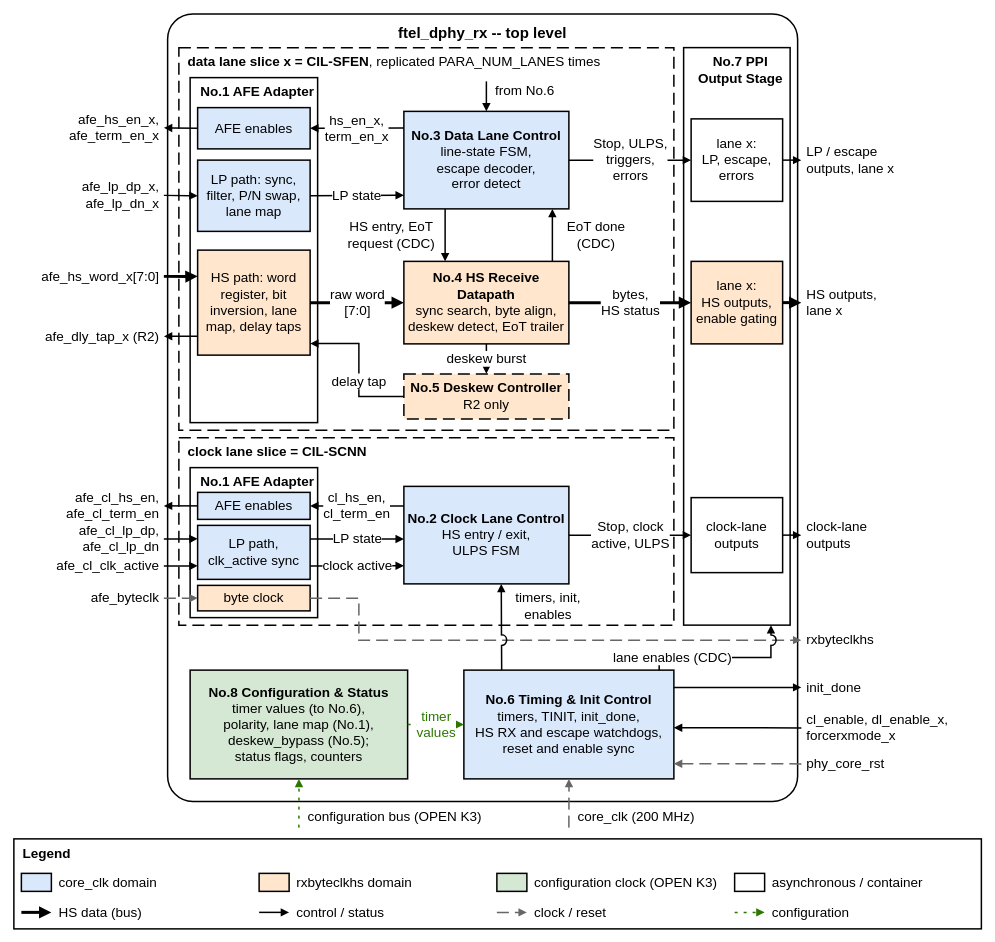
Earlier version of the draw.io diagram 22fdx/rx/digital/hw/rtl/ip/ftel_dphy_rx/doc/figures/ftel_dphy_rx_top.drawio (ftel-cdc/fu3_dphy). Source tidied: cells renumbered, new cells numbered last; positions are measured from the earlier drawing's top-left corner, leaving out a move shared by most shapes. Both pictures are drawn from the tidied source at 75%, with x=0, y=0 at pixel (14, 14).
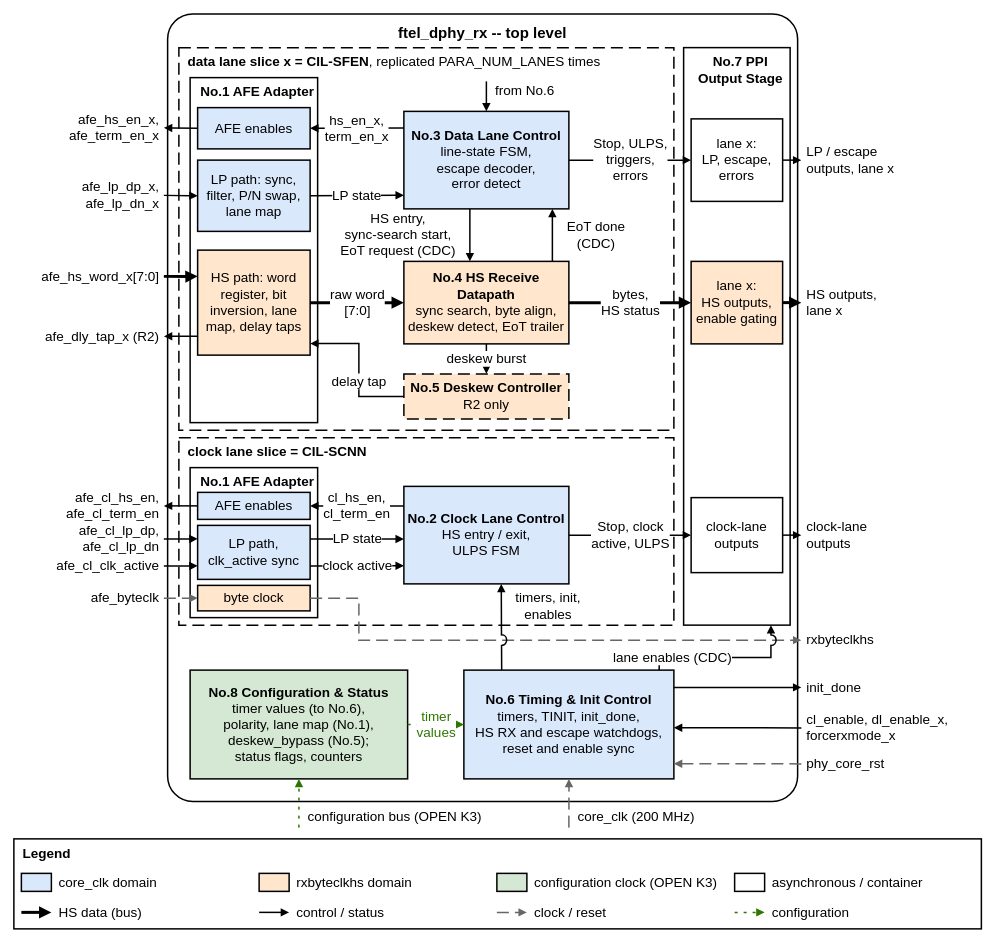
The same diagram, later.

Unchanged cells that the change refers to:
```xml
<mxCell id="8" value="&lt;b&gt;No.3 Data Lane Control&lt;/b&gt;&lt;br&gt;line-state FSM,&lt;br&gt;escape decoder,&lt;br&gt;error detect" style="rounded=0;whiteSpace=wrap;html=1;fontSize=18;strokeWidth=2;fillColor=#DAE8FC;align=center;verticalAlign=middle;spacing=4;" parent="1" vertex="1">
  <mxGeometry x="520" y="130" width="220" height="130" as="geometry" />
</mxCell>
<mxCell id="9" value="&lt;b&gt;No.4 HS Receive Datapath&lt;/b&gt;&lt;br&gt;sync search, byte align,&lt;br&gt;deskew detect, EoT trailer" style="rounded=0;whiteSpace=wrap;html=1;fontSize=18;strokeWidth=2;fillColor=#FFE6CC;align=center;verticalAlign=middle;spacing=4;" parent="1" vertex="1">
  <mxGeometry x="520" y="330" width="220" height="110" as="geometry" />
</mxCell>
```

Diff of the diagram source:
```diff
@@
-    <mxCell id="42" value="HS entry, EoT&lt;br&gt;request (CDC)" style="endArrow=block;endFill=1;html=1;fontSize=18;edgeStyle=orthogonalEdgeStyle;rounded=0;jumpStyle=arc;jumpSize=12;labelBackgroundColor=#FFFFFF;strokeWidth=2;exitX=0.25;exitY=1;exitDx=0;exitDy=0;entryX=0.25;entryY=0;entryDx=0;entryDy=0;" parent="1" edge="1" source="8" target="9">
+    <mxCell id="42" value="HS entry,&lt;br&gt;sync-search start,&lt;br&gt;EoT request (CDC)" style="endArrow=block;endFill=1;html=1;fontSize=18;edgeStyle=orthogonalEdgeStyle;rounded=0;jumpStyle=arc;jumpSize=12;labelBackgroundColor=#FFFFFF;strokeWidth=2;exitX=0.4;exitY=1;exitDx=0;exitDy=0;entryX=0.4;entryY=0;entryDx=0;entryDy=0;" parent="1" edge="1" source="8" target="9">
       <mxGeometry relative="1" as="geometry">
-        <mxPoint x="-72" as="offset" />
+        <mxPoint x="-96" as="offset" />
       </mxGeometry>
     </mxCell>
```
